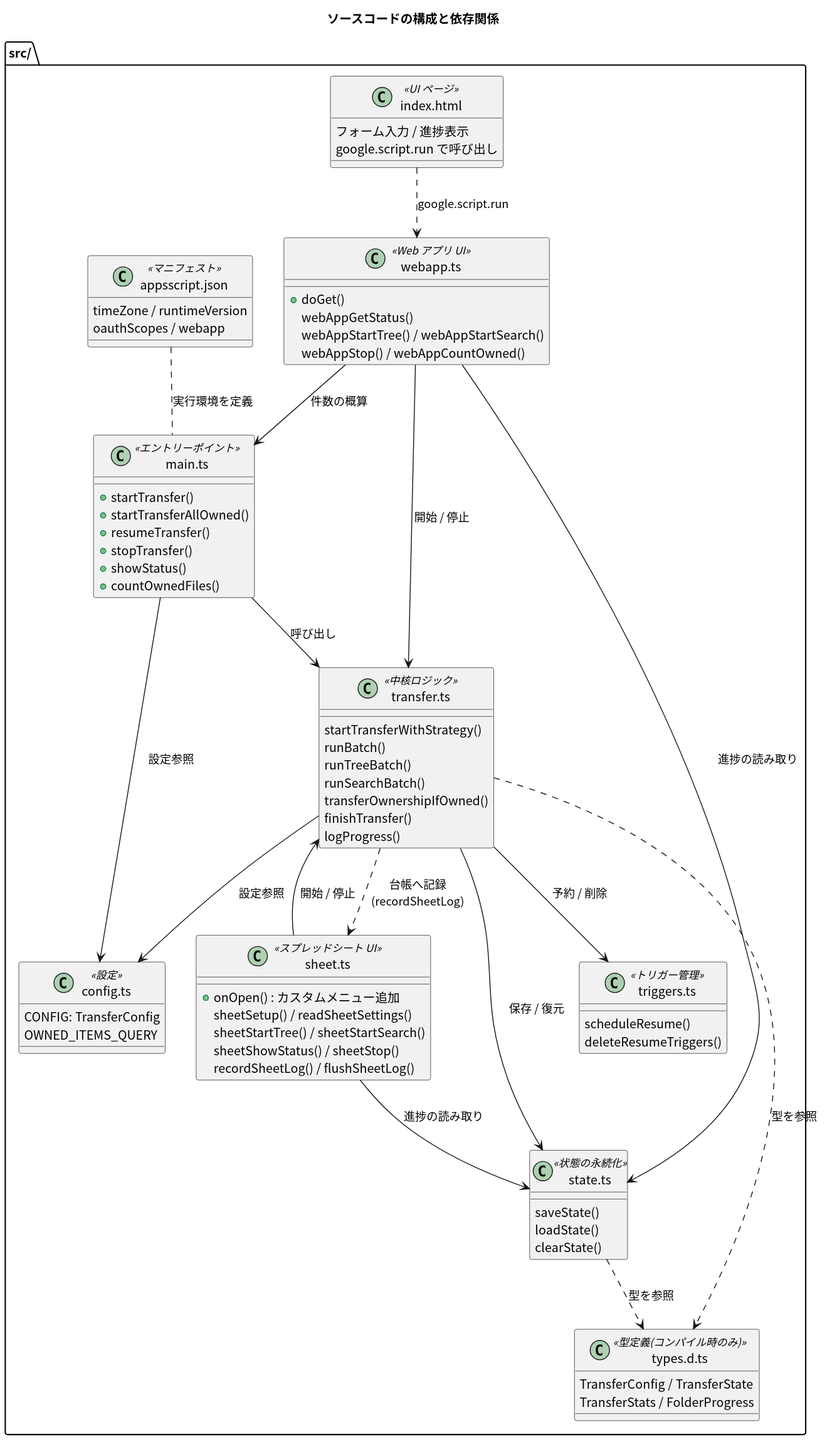
Before: gas-drive-ownership-transfer-2026-07-11/docs/textbook/images/05_code_structure.svg, a diagram exported from PlantUML (pollenjp-org/sandbox).
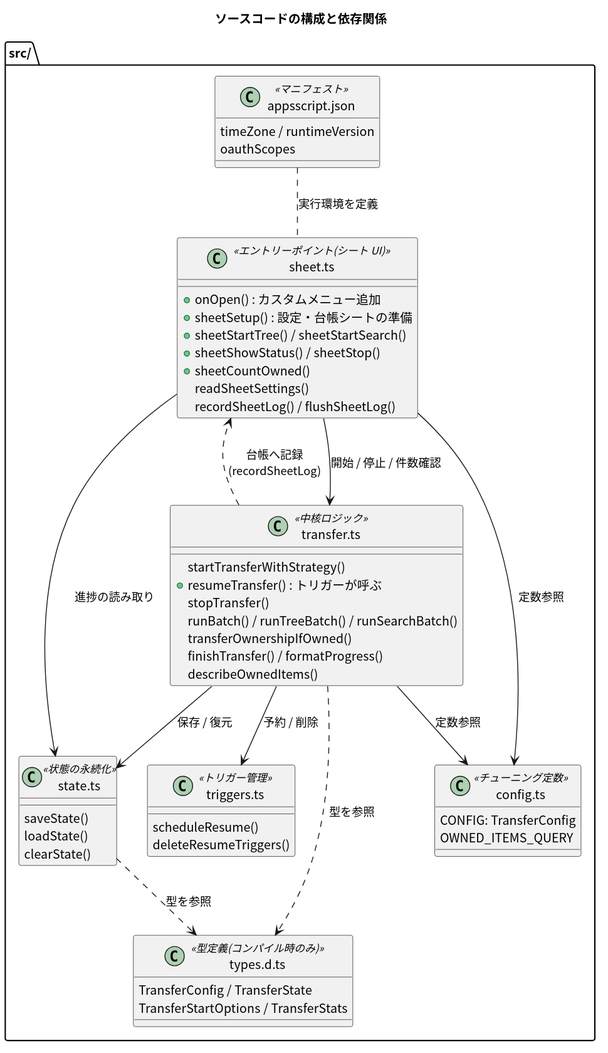
Above is the later version.

The edit, as a diff of the source:
```diff
@@ -4,22 +4,23 @@
 skinparam shadowing false
 
 package "src/" {
-  class "main.ts" as main <<エントリーポイント>> {
-    +startTransfer()
-    +startTransferAllOwned()
-    +resumeTransfer()
-    +stopTransfer()
-    +showStatus()
-    +countOwnedFiles()
+  class "sheet.ts" as sheet <<エントリーポイント(シート UI)>> {
+    +onOpen() : カスタムメニュー追加
+    +sheetSetup() : 設定・台帳シートの準備
+    +sheetStartTree() / sheetStartSearch()
+    +sheetShowStatus() / sheetStop()
+    +sheetCountOwned()
+    readSheetSettings()
+    recordSheetLog() / flushSheetLog()
   }
   class "transfer.ts" as transfer <<中核ロジック>> {
     startTransferWithStrategy()
-    runBatch()
-    runTreeBatch()
-    runSearchBatch()
+    +resumeTransfer() : トリガーが呼ぶ
+    stopTransfer()
+    runBatch() / runTreeBatch() / runSearchBatch()
     transferOwnershipIfOwned()
-    finishTransfer()
-    logProgress()
+    finishTransfer() / formatProgress()
+    describeOwnedItems()
   }
   class "state.ts" as state <<状態の永続化>> {
     saveState()
@@ -30,50 +31,28 @@
     scheduleResume()
     deleteResumeTriggers()
   }
-  class "config.ts" as config <<設定>> {
+  class "config.ts" as config <<チューニング定数>> {
     CONFIG: TransferConfig
     OWNED_ITEMS_QUERY
   }
   class "types.d.ts" as types <<型定義(コンパイル時のみ)>> {
     TransferConfig / TransferState
-    TransferStats / FolderProgress
-  }
-  class "webapp.ts" as webapp <<Web アプリ UI>> {
-    +doGet()
-    webAppGetStatus()
-    webAppStartTree() / webAppStartSearch()
-    webAppStop() / webAppCountOwned()
-  }
-  class "index.html" as html <<UI ページ>> {
-    フォーム入力 / 進捗表示
-    google.script.run で呼び出し
-  }
-  class "sheet.ts" as sheet <<スプレッドシート UI>> {
-    +onOpen() : カスタムメニュー追加
-    sheetSetup() / readSheetSettings()
-    sheetStartTree() / sheetStartSearch()
-    sheetShowStatus() / sheetStop()
-    recordSheetLog() / flushSheetLog()
+    TransferStartOptions / TransferStats
   }
   class "appsscript.json" as manifest <<マニフェスト>> {
     timeZone / runtimeVersion
-    oauthScopes / webapp
+    oauthScopes
   }
 }
 
-main --> transfer : 呼び出し
+sheet --> transfer : 開始 / 停止 / 件数確認
+sheet --> state : 進捗の読み取り
+transfer ..> sheet : 台帳へ記録\n(recordSheetLog)
 transfer --> state : 保存 / 復元
 transfer --> triggers : 予約 / 削除
-transfer --> config : 設定参照
-main --> config : 設定参照
-html ..> webapp : google.script.run
-webapp --> transfer : 開始 / 停止
-webapp --> state : 進捗の読み取り
-webapp --> main : 件数の概算
-sheet --> transfer : 開始 / 停止
-sheet --> state : 進捗の読み取り
-transfer ..> sheet : 台帳へ記録\n(recordSheetLog)
+transfer --> config : 定数参照
+sheet --> config : 定数参照
 state ..> types : 型を参照
 transfer ..> types : 型を参照
-manifest .. main : 実行環境を定義
+manifest .. sheet : 実行環境を定義
 @enduml
```
